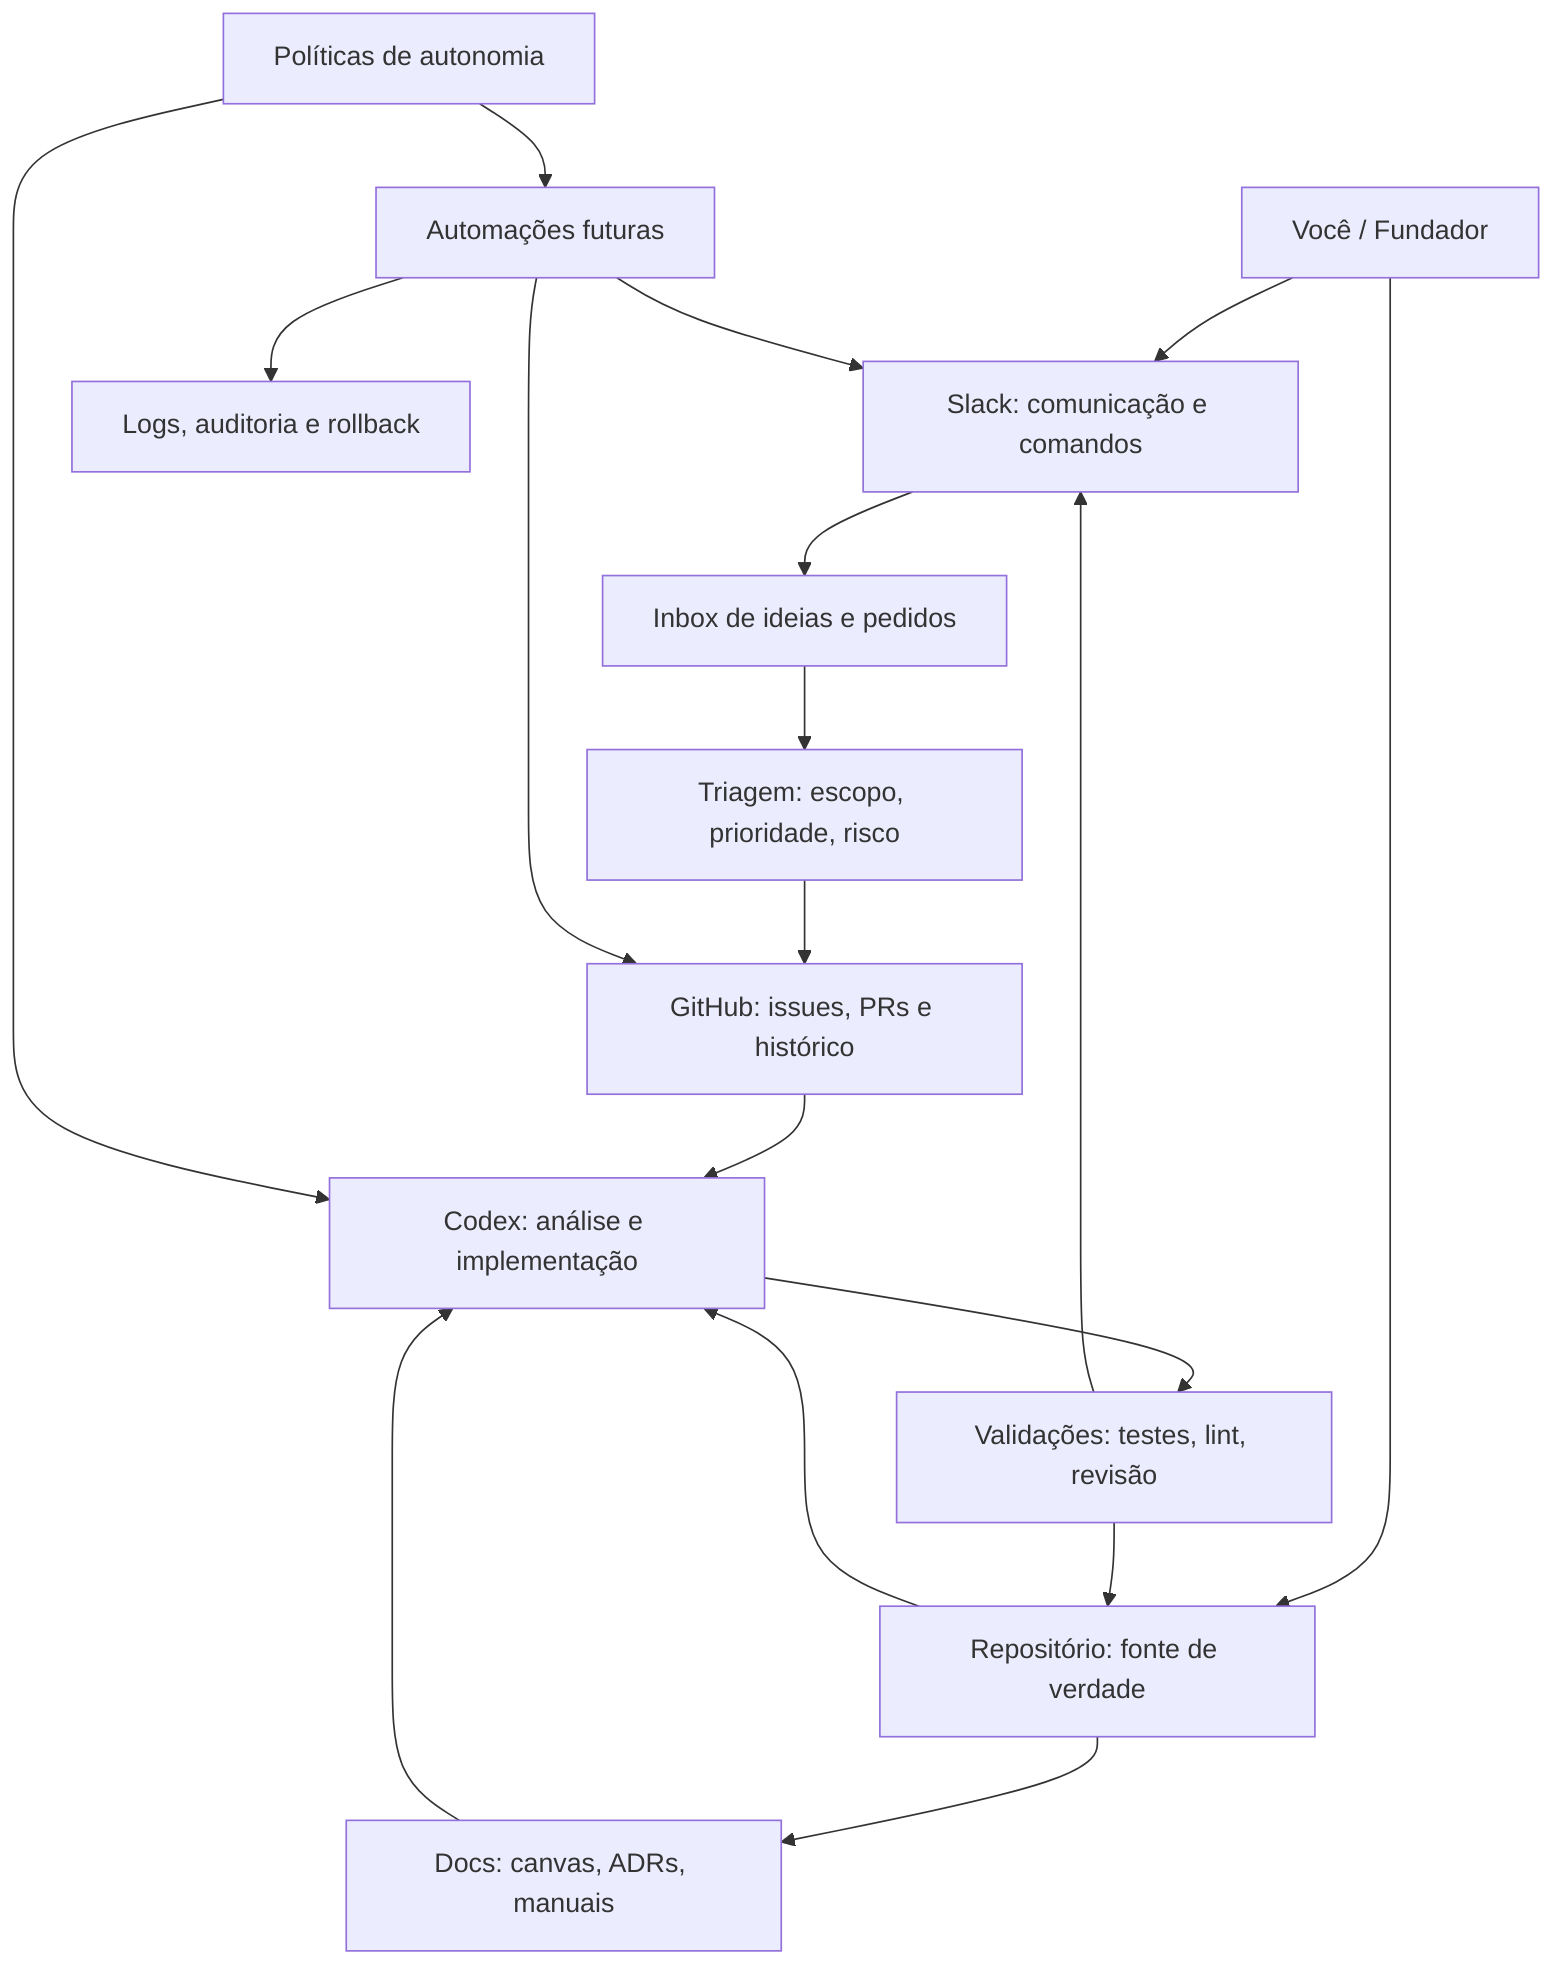
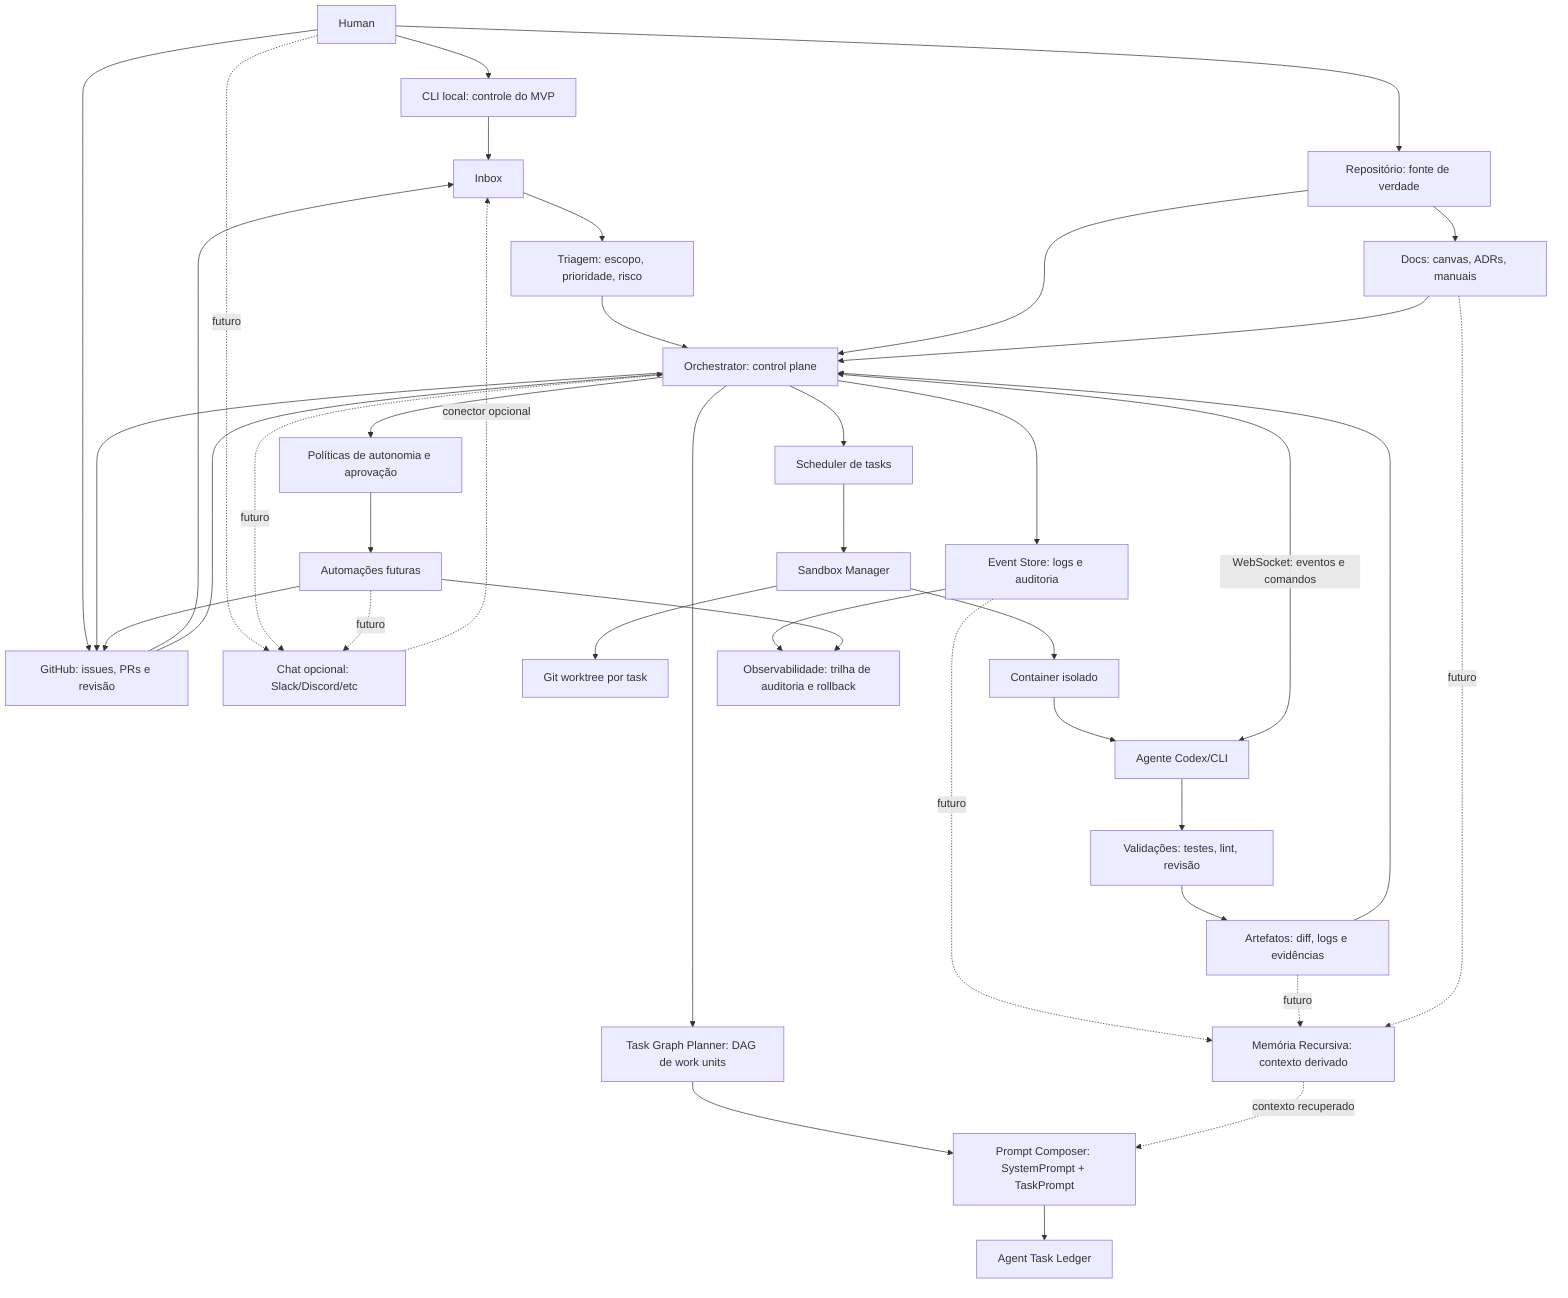
flowchart TD
-     Human["Você / Fundador"] --> Slack["Slack: comunicação e comandos"]
+     Human --> CLI["CLI local: controle do MVP"]
    Human --> Repo["Repositório: fonte de verdade"]
-     Slack --> Inbox["Inbox de ideias e pedidos"]
+     Human --> GitHub["GitHub: issues, PRs e revisão"]
+     Human -. futuro .-> Chat["Chat opcional: Slack/Discord/etc"]
+ 
+     CLI --> Inbox
    Inbox --> Triage["Triagem: escopo, prioridade, risco"]
-     Triage --> GitHub["GitHub: issues, PRs e histórico"]
-     Repo --> Codex["Codex: análise e implementação"]
-     GitHub --> Codex
-     Codex --> Tests["Validações: testes, lint, revisão"]
-     Tests --> Repo
-     Tests --> Slack
+     GitHub --> Inbox
+     Chat -. conector opcional .-> Inbox
+ 
+     Triage --> Orchestrator["Orchestrator: control plane"]
+     Repo --> Orchestrator
+     GitHub --> Orchestrator
+ 
+     Orchestrator --> Policy["Políticas de autonomia e aprovação"]
+     Orchestrator --> Planner["Task Graph Planner: DAG de work units"]
+     Planner --> Prompts["Prompt Composer: SystemPrompt + TaskPrompt"]
+     Prompts --> Ledger["Agent Task Ledger"]
+     Orchestrator --> Scheduler["Scheduler de tasks"]
+     Orchestrator --> Events["Event Store: logs e auditoria"]
+     Events -. futuro .-> Memory["Memória Recursiva: contexto derivado"]
+     Memory -. contexto recuperado .-> Prompts
+     Scheduler --> Sandbox["Sandbox Manager"]
+     Sandbox --> Worktree["Git worktree por task"]
+     Sandbox --> Container["Container isolado"]
+     Container --> Agent["Agente Codex/CLI"]
+     Agent <-->|"WebSocket: eventos e comandos"| Orchestrator
+ 
+     Agent --> Tests["Validações: testes, lint, revisão"]
+     Tests --> Artifacts["Artefatos: diff, logs e evidências"]
+     Artifacts --> Orchestrator
+     Artifacts -. futuro .-> Memory
+     Orchestrator --> GitHub
+     Orchestrator -. futuro .-> Chat
+ 
+     Events --> Observability["Observabilidade: trilha de auditoria e rollback"]
    Repo --> Docs["Docs: canvas, ADRs, manuais"]
-     Docs --> Codex
-     Policies["Políticas de autonomia"] --> Codex
-     Policies --> Automations["Automações futuras"]
-     Automations --> Slack
+     Docs --> Orchestrator
+     Docs -. futuro .-> Memory
+     Policy --> Automations["Automações futuras"]
    Automations --> GitHub
-     Automations --> Observability["Logs, auditoria e rollback"]
- 
+     Automations -. futuro .-> Chat
+     Automations --> Observability
